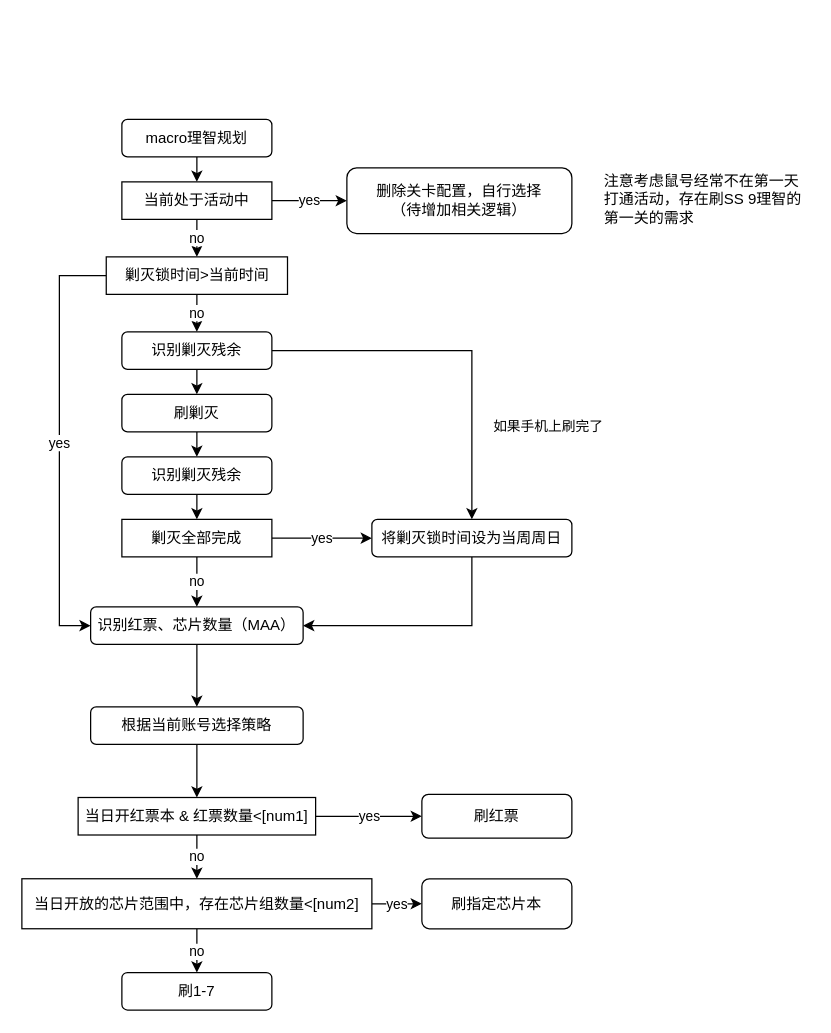
Earlier version of the draw.io diagram macro_scheme.drawio (akhialomgir/drawio). Source tidied: cells renumbered, new cells numbered last; positions are measured from the earlier drawing's top-left corner, leaving out a move shared by most shapes. Both pictures are drawn from the tidied source at 125%, with x=0, y=0 at pixel (21, 119).
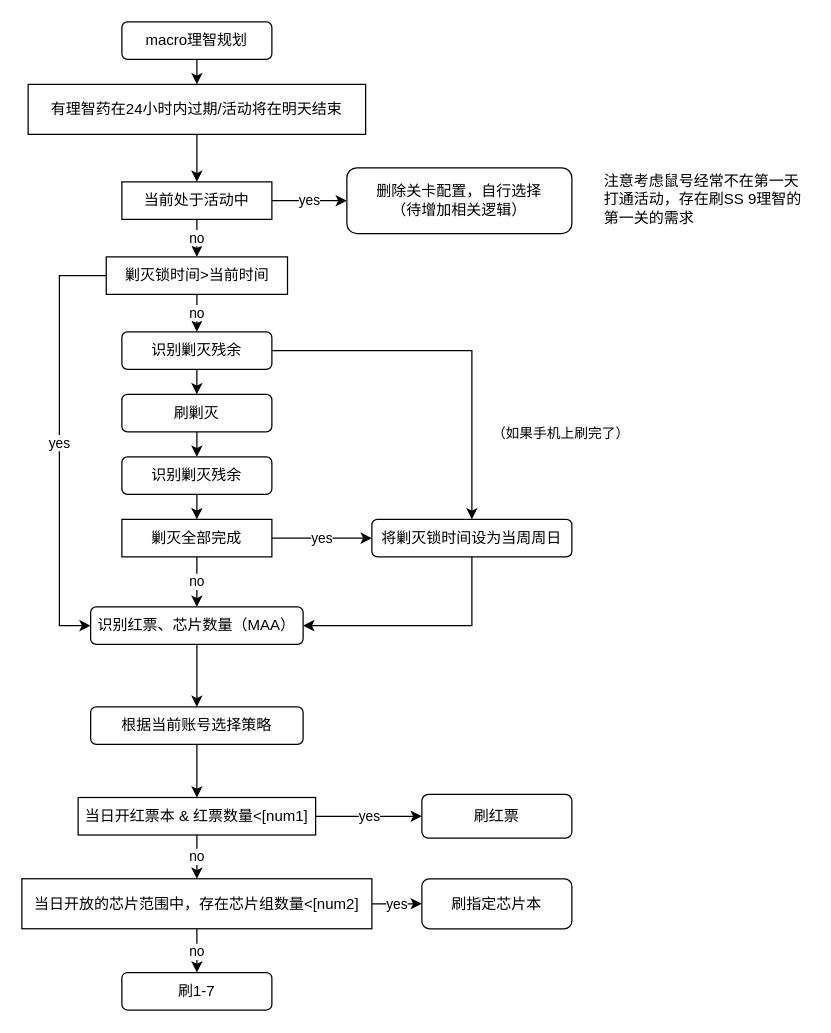
The same page after the edit.

Unchanged cells that the change refers to:
```xml
<mxCell id="8" style="edgeStyle=orthogonalEdgeStyle;rounded=0;jettySize=auto;html=1;exitX=1;exitY=0.5;exitDx=0;exitDy=0;entryX=0.5;entryY=0;entryDx=0;entryDy=0;" parent="1" edge="1" source="10" target="19">
  <mxGeometry relative="1" as="geometry">
    <Array as="points">
      <mxPoint x="360" y="185" />
    </Array>
  </mxGeometry>
</mxCell>
<mxCell id="28" value="当前处于活动中" style="rounded=0;whiteSpace=wrap;html=1;" parent="1" vertex="1">
  <mxGeometry x="80" y="50" width="120" height="30" as="geometry" />
</mxCell>
```

The edit, as a diff of the source:
```diff
@@
-    <mxCell id="2" style="edgeStyle=orthogonalEdgeStyle;rounded=0;jettySize=auto;html=1;exitX=0.5;exitY=1;exitDx=0;exitDy=0;entryX=0.5;entryY=0;entryDx=0;entryDy=0;" parent="1" edge="1" source="3" target="28">
+    <mxCell id="2" style="edgeStyle=orthogonalEdgeStyle;rounded=0;jettySize=auto;html=1;exitX=0.5;exitY=1;exitDx=0;exitDy=0;entryX=0.5;entryY=0;entryDx=0;entryDy=0;" parent="1" edge="1" source="3" target="39">
       <mxGeometry relative="1" as="geometry" />
     </mxCell>
     <mxCell id="3" value="macro理智规划" style="rounded=1;whiteSpace=wrap;html=1;fontSize=12;glass=0;strokeWidth=1;shadow=0;" parent="1" vertex="1">
-      <mxGeometry x="80" width="120" height="30" as="geometry" />
+      <mxGeometry x="80" y="-78" width="120" height="30" as="geometry" />
     </mxCell>
@@
-    <mxCell id="9" value="如果手机上刷完了" style="edgeLabel;html=1;align=center;verticalAlign=middle;" parent="8" vertex="1">
+    <mxCell id="9" value="（如果手机上刷完了）" style="edgeLabel;html=1;align=center;verticalAlign=middle;" parent="8" vertex="1">
       <mxGeometry x="0.3" y="3" relative="1" as="geometry">
-        <mxPoint x="57" y="28" as="offset" />
+        <mxPoint x="67" y="33" as="offset" />
       </mxGeometry>
     </mxCell>
@@
+    <mxCell id="38" style="edgeStyle=orthogonalEdgeStyle;rounded=0;jettySize=auto;html=1;exitX=0.5;exitY=1;exitDx=0;exitDy=0;entryX=0.5;entryY=0;entryDx=0;entryDy=0;" parent="1" edge="1" source="39" target="28">
+      <mxGeometry relative="1" as="geometry" />
+    </mxCell>
+    <mxCell id="39" value="有理智药在24小时内过期/活动将在明天结束" style="rounded=0;whiteSpace=wrap;html=1;" parent="1" vertex="1">
+      <mxGeometry x="5" y="-28" width="270" height="40" as="geometry" />
+    </mxCell>
```
